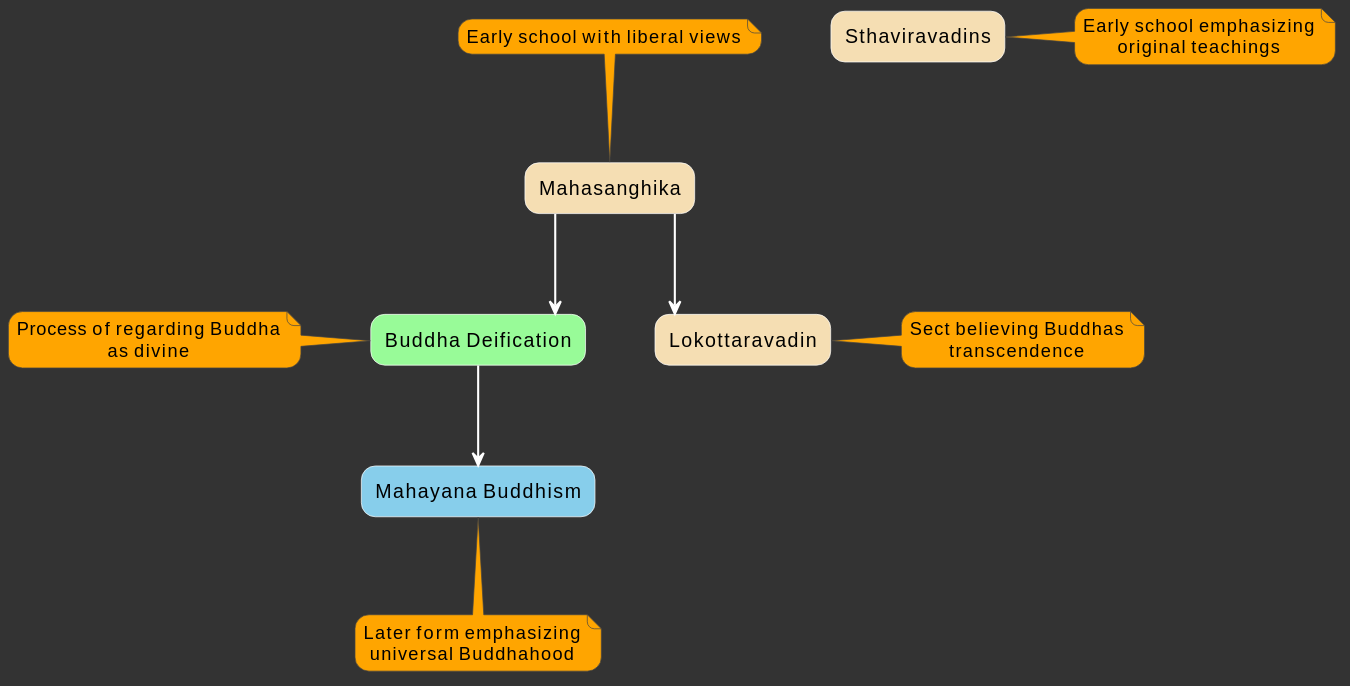
This is tele_1.svg from bolibazaar/upsc_sol_assets, a PlantUML export, as it was before one commit.
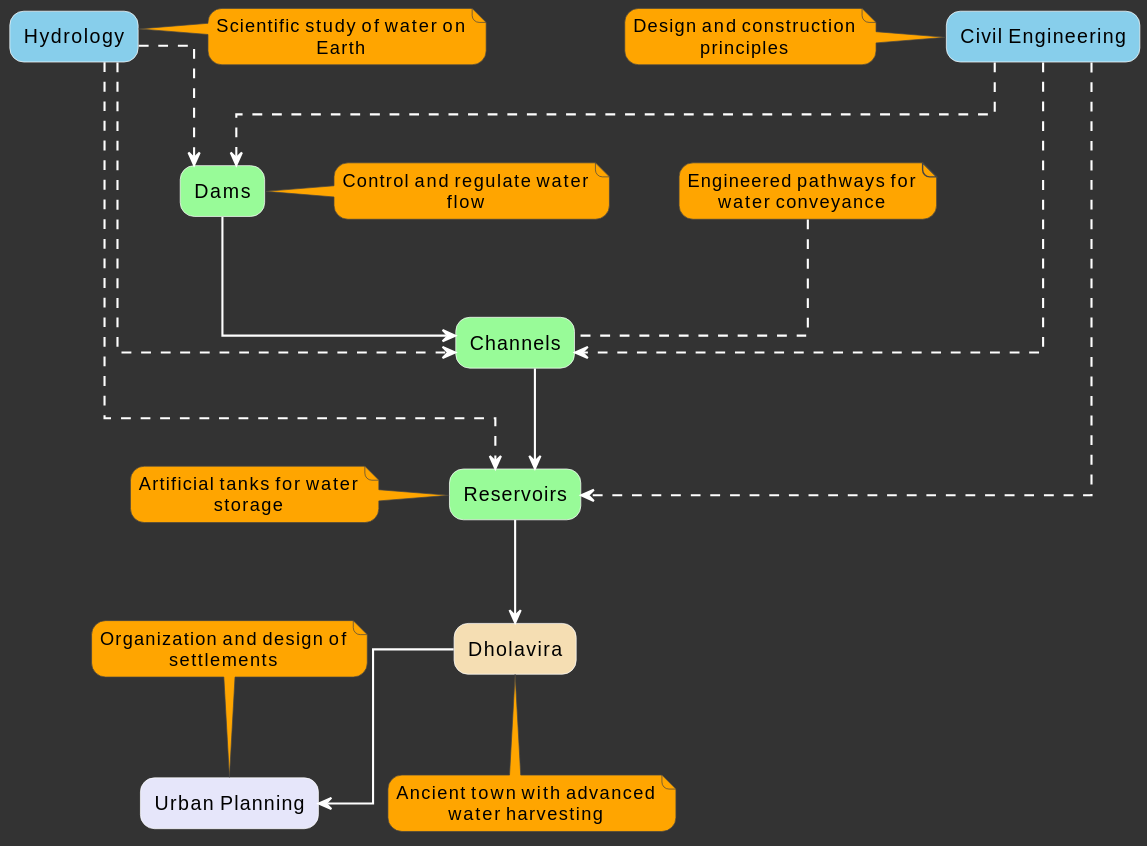
Above is the later version.

Diff of the diagram source:
```diff
@@ -20,34 +20,55 @@
 skinparam rectangleFontColor black
 skinparam rectangleBorderColor white
 
-rectangle "Sthaviravadins" #F5DEB3
-rectangle "Mahasanghika" #F5DEB3
-rectangle "Lokottaravadin" #F5DEB3
+rectangle "Hydrology" #87CEEB
+rectangle "Civil Engineering" #87CEEB
 
-rectangle "Mahayana Buddhism" #87CEEB
-rectangle "Buddha Deification" #98FB98
+rectangle "Dams" #98FB98
+rectangle "Channels" #98FB98
+rectangle "Reservoirs" #98FB98
 
-"Mahasanghika" --> "Lokottaravadin"
-"Mahasanghika" --> "Buddha Deification"
-"Buddha Deification" ==> "Mahayana Buddhism"
+rectangle "Dholavira" #F5DEB3
 
-note top of "Mahasanghika"
-  Early school with liberal views
+rectangle "Urban Planning" #E6E6FA
+
+"Dams" --> "Channels"
+"Channels" --> "Reservoirs"
+"Reservoirs" --> "Dholavira"
+"Dholavira" --> "Urban Planning"
+
+"Hydrology" ..> "Dams"
+"Hydrology" ..> "Channels"
+"Hydrology" ..> "Reservoirs"
+
+"Civil Engineering" ..> "Dams"
+"Civil Engineering" ..> "Channels"
+"Civil Engineering" ..> "Reservoirs"
+
+note right of "Dams"
+  Control and regulate water flow
 end note
 
-note right of "Lokottaravadin"
-  Sect believing Buddhas transcendence
+note top of "Channels"
+  Engineered pathways for water conveyance
 end note
 
-note left of "Buddha Deification"
-  Process of regarding Buddha as divine
+note left of "Reservoirs"
+  Artificial tanks for water storage
 end note
 
-note bottom of "Mahayana Buddhism"
-  Later form emphasizing universal Buddhahood
+note bottom of "Dholavira"
+  Ancient town with advanced water harvesting
 end note
 
-note right of "Sthaviravadins"
-  Early school emphasizing original teachings
+note right of "Hydrology"
+  Scientific study of water on Earth
+end note
+
+note left of "Civil Engineering"
+  Design and construction principles
+end note
+
+note top of "Urban Planning"
+  Organization and design of settlements
 end note
 @enduml
```
